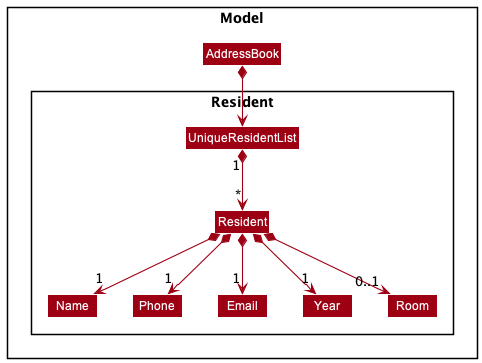
nus-cs2103-AY2021S2/tp keeps this PlantUML diagram as docs/images/resident/ResidentClass.png. Above is the earlier version. The source it was exported from:
```plantuml
@startuml
!include ../style.puml
skinparam arrowThickness 1.1
skinparam arrowColor MODEL_COLOR
skinparam classBackgroundColor MODEL_COLOR


package Model {
Class AddressBook
package Resident {
Class UniqueResidentList
Class Resident
Class Name
Class Phone
Class Email
Class Year
Class Room
}
}

AddressBook *--> UniqueResidentList
UniqueResidentList "1" *--> "*" Resident
Resident *--> "1" Name
Resident *--> "1" Phone
Resident *--> "1"  Email
Resident *--> "1"  Year
Resident *--> "0..1"  Room
@enduml
```
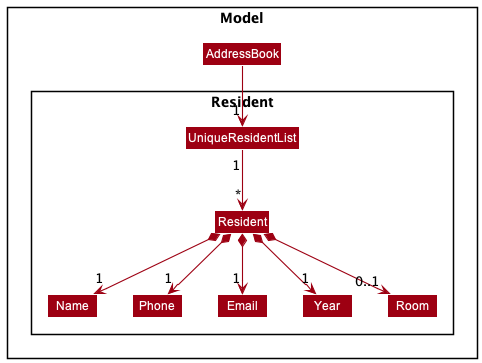
Later version of the same file.

Commit message:
Docs: Fix class diagram

The edit, as a diff of the source:
```diff
@@ -18,8 +18,8 @@
 }
 }
 
-AddressBook *--> UniqueResidentList
-UniqueResidentList "1" *--> "*" Resident
+AddressBook --> "1" UniqueResidentList
+UniqueResidentList "1" --> "*" Resident
 Resident *--> "1" Name
 Resident *--> "1" Phone
 Resident *--> "1"  Email
```
